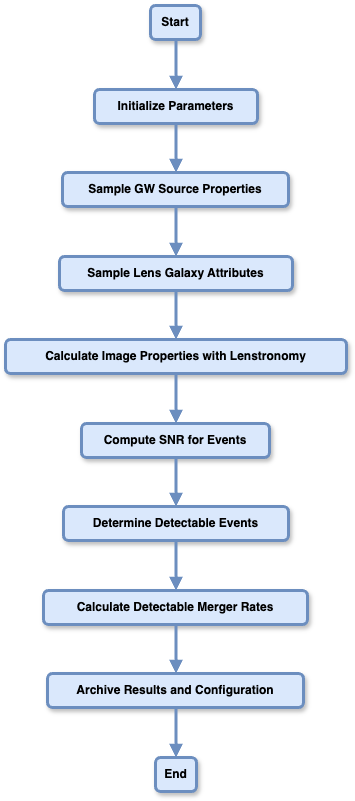
Above: docs/_static/ler_layout.png in hemantaph/ler (draw.io), before the change. Source tidied: cells renumbered, new cells last; positions are measured from the earlier drawing's top-left corner, leaving out a move shared by most shapes.
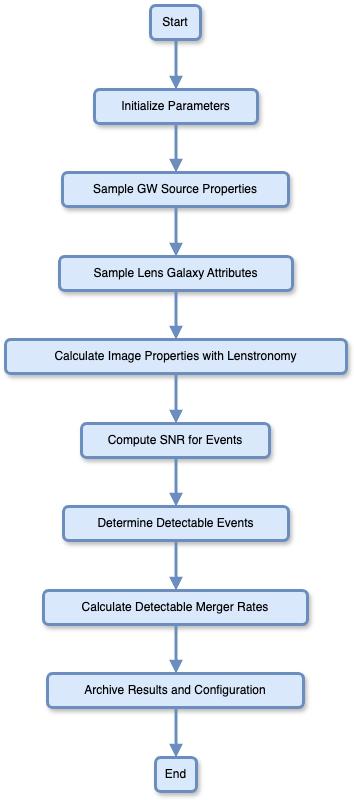
The same file after the commit.

Diff of the diagram source:
```diff
@@ -2,61 +2,61 @@
   <root>
     <mxCell id="0" />
     <mxCell id="1" parent="0" />
-    <mxCell id="2" value="Start" style="whiteSpace=wrap;strokeWidth=3;fillColor=#dae8fc;strokeColor=#6c8ebf;fontStyle=1;verticalAlign=middle;rounded=1;glass=0;shadow=1;" parent="1" vertex="1">
+    <mxCell id="2" value="Start" style="whiteSpace=wrap;strokeWidth=3;fillColor=#dae8fc;strokeColor=#6c8ebf;fontStyle=0;verticalAlign=middle;rounded=1;glass=0;shadow=1;" parent="1" vertex="1">
       <mxGeometry x="145" width="50" height="34" as="geometry" />
     </mxCell>
-    <mxCell id="3" value="Initialize Parameters" style="whiteSpace=wrap;strokeWidth=3;fillColor=#dae8fc;strokeColor=#6c8ebf;fontStyle=1;rounded=1;glass=0;shadow=1;" parent="1" vertex="1">
+    <mxCell id="3" value="Initialize Parameters" style="whiteSpace=wrap;strokeWidth=3;fillColor=#dae8fc;strokeColor=#6c8ebf;fontStyle=0;rounded=1;glass=0;shadow=1;" parent="1" vertex="1">
       <mxGeometry x="89" y="84" width="163" height="34" as="geometry" />
     </mxCell>
-    <mxCell id="4" value="Sample GW Source Properties" style="whiteSpace=wrap;strokeWidth=3;fillColor=#dae8fc;strokeColor=#6c8ebf;fontStyle=1;rounded=1;glass=0;shadow=1;" parent="1" vertex="1">
+    <mxCell id="4" value="Sample GW Source Properties" style="whiteSpace=wrap;strokeWidth=3;fillColor=#dae8fc;strokeColor=#6c8ebf;fontStyle=0;rounded=1;glass=0;shadow=1;" parent="1" vertex="1">
       <mxGeometry x="57" y="167" width="226" height="34" as="geometry" />
     </mxCell>
-    <mxCell id="5" value="Sample Lens Galaxy Attributes" style="whiteSpace=wrap;strokeWidth=3;fillColor=#dae8fc;strokeColor=#6c8ebf;fontStyle=1;rounded=1;glass=0;shadow=1;" parent="1" vertex="1">
+    <mxCell id="5" value="Sample Lens Galaxy Attributes" style="whiteSpace=wrap;strokeWidth=3;fillColor=#dae8fc;strokeColor=#6c8ebf;fontStyle=0;rounded=1;glass=0;shadow=1;" parent="1" vertex="1">
       <mxGeometry x="54" y="251" width="233" height="34" as="geometry" />
     </mxCell>
-    <mxCell id="6" value="Calculate Image Properties with Lenstronomy" style="whiteSpace=wrap;strokeWidth=3;fillColor=#dae8fc;strokeColor=#6c8ebf;fontStyle=1;rounded=1;glass=0;shadow=1;" parent="1" vertex="1">
+    <mxCell id="6" value="Calculate Image Properties with Lenstronomy" style="whiteSpace=wrap;strokeWidth=3;fillColor=#dae8fc;strokeColor=#6c8ebf;fontStyle=0;rounded=1;glass=0;shadow=1;" parent="1" vertex="1">
       <mxGeometry y="334" width="341" height="34" as="geometry" />
     </mxCell>
-    <mxCell id="7" value="Compute SNR for Events" style="whiteSpace=wrap;strokeWidth=3;fillColor=#dae8fc;strokeColor=#6c8ebf;fontStyle=1;rounded=1;glass=0;shadow=1;" parent="1" vertex="1">
+    <mxCell id="7" value="Compute SNR for Events" style="whiteSpace=wrap;strokeWidth=3;fillColor=#dae8fc;strokeColor=#6c8ebf;fontStyle=0;rounded=1;glass=0;shadow=1;" parent="1" vertex="1">
       <mxGeometry x="76" y="418" width="188" height="34" as="geometry" />
     </mxCell>
-    <mxCell id="8" value="Determine Detectable Events" style="whiteSpace=wrap;strokeWidth=3;fillColor=#dae8fc;strokeColor=#6c8ebf;fontStyle=1;rounded=1;glass=0;shadow=1;" parent="1" vertex="1">
+    <mxCell id="8" value="Determine Detectable Events" style="whiteSpace=wrap;strokeWidth=3;fillColor=#dae8fc;strokeColor=#6c8ebf;fontStyle=0;rounded=1;glass=0;shadow=1;" parent="1" vertex="1">
       <mxGeometry x="58" y="501" width="225" height="34" as="geometry" />
     </mxCell>
-    <mxCell id="9" value="Calculate Detectable Merger Rates" style="whiteSpace=wrap;strokeWidth=3;fillColor=#dae8fc;strokeColor=#6c8ebf;fontStyle=1;rounded=1;glass=0;shadow=1;" parent="1" vertex="1">
+    <mxCell id="9" value="Calculate Detectable Merger Rates" style="whiteSpace=wrap;strokeWidth=3;fillColor=#dae8fc;strokeColor=#6c8ebf;fontStyle=0;rounded=1;glass=0;shadow=1;" parent="1" vertex="1">
       <mxGeometry x="38" y="585" width="264" height="34" as="geometry" />
     </mxCell>
-    <mxCell id="10" value="Archive Results and Configuration" style="whiteSpace=wrap;strokeWidth=3;fillColor=#dae8fc;strokeColor=#6c8ebf;fontStyle=1;rounded=1;glass=0;shadow=1;" parent="1" vertex="1">
+    <mxCell id="10" value="Archive Results and Configuration" style="whiteSpace=wrap;strokeWidth=3;fillColor=#dae8fc;strokeColor=#6c8ebf;fontStyle=0;rounded=1;glass=0;shadow=1;" parent="1" vertex="1">
       <mxGeometry x="42" y="668" width="256" height="34" as="geometry" />
     </mxCell>
-    <mxCell id="11" value="End" style="whiteSpace=wrap;strokeWidth=3;fillColor=#dae8fc;strokeColor=#6c8ebf;fontStyle=1;rounded=1;glass=0;shadow=1;" parent="1" vertex="1">
+    <mxCell id="11" value="End" style="whiteSpace=wrap;strokeWidth=3;fillColor=#dae8fc;strokeColor=#6c8ebf;fontStyle=0;rounded=1;glass=0;shadow=1;" parent="1" vertex="1">
       <mxGeometry x="150" y="752" width="41" height="34" as="geometry" />
     </mxCell>
-    <mxCell id="12" style="curved=1;startArrow=none;endArrow=block;exitX=0.509296875;exitY=0.9852941176470589;entryX=0.49978431748466257;entryY=-0.014705882352941176;rounded=0;fillColor=#dae8fc;strokeColor=#6c8ebf;strokeWidth=3;fontStyle=1;" parent="1" edge="1" source="2" target="3">
+    <mxCell id="12" style="curved=1;startArrow=none;endArrow=block;exitX=0.509296875;exitY=0.9852941176470589;entryX=0.49978431748466257;entryY=-0.014705882352941176;rounded=0;fillColor=#dae8fc;strokeColor=#6c8ebf;strokeWidth=3;fontStyle=0;" parent="1" edge="1" source="2" target="3">
       <mxGeometry relative="1" as="geometry" />
     </mxCell>
-    <mxCell id="13" style="curved=1;startArrow=none;endArrow=block;exitX=0.49978431748466257;exitY=0.9705882352941176;entryX=0.5020568307522124;entryY=0;rounded=0;fillColor=#dae8fc;strokeColor=#6c8ebf;strokeWidth=3;fontStyle=1;" parent="1" edge="1" source="3" target="4">
+    <mxCell id="13" style="curved=1;startArrow=none;endArrow=block;exitX=0.49978431748466257;exitY=0.9705882352941176;entryX=0.5020568307522124;entryY=0;rounded=0;fillColor=#dae8fc;strokeColor=#6c8ebf;strokeWidth=3;fontStyle=0;" parent="1" edge="1" source="3" target="4">
       <mxGeometry relative="1" as="geometry" />
     </mxCell>
-    <mxCell id="14" style="curved=1;startArrow=none;endArrow=block;exitX=0.5020568307522124;exitY=0.9852941176470589;entryX=0.49984911480686695;entryY=-0.014705882352941176;rounded=0;fillColor=#dae8fc;strokeColor=#6c8ebf;strokeWidth=3;fontStyle=1;" parent="1" edge="1" source="4" target="5">
+    <mxCell id="14" style="curved=1;startArrow=none;endArrow=block;exitX=0.5020568307522124;exitY=0.9852941176470589;entryX=0.49984911480686695;entryY=-0.014705882352941176;rounded=0;fillColor=#dae8fc;strokeColor=#6c8ebf;strokeWidth=3;fontStyle=0;" parent="1" edge="1" source="4" target="5">
       <mxGeometry relative="1" as="geometry" />
     </mxCell>
-    <mxCell id="15" style="curved=1;startArrow=none;endArrow=block;exitX=0.49984911480686695;exitY=0.9705882352941176;entryX=0.4998969024926686;entryY=0;rounded=0;fillColor=#dae8fc;strokeColor=#6c8ebf;strokeWidth=3;fontStyle=1;" parent="1" edge="1" source="5" target="6">
+    <mxCell id="15" style="curved=1;startArrow=none;endArrow=block;exitX=0.49984911480686695;exitY=0.9705882352941176;entryX=0.4998969024926686;entryY=0;rounded=0;fillColor=#dae8fc;strokeColor=#6c8ebf;strokeWidth=3;fontStyle=0;" parent="1" edge="1" source="5" target="6">
       <mxGeometry relative="1" as="geometry" />
     </mxCell>
-    <mxCell id="16" style="curved=1;startArrow=none;endArrow=block;exitX=0.4998969024926686;exitY=0.9852941176470589;entryX=0.5024725731382979;entryY=-0.014705882352941176;rounded=0;fillColor=#dae8fc;strokeColor=#6c8ebf;strokeWidth=3;fontStyle=1;" parent="1" edge="1" source="6" target="7">
+    <mxCell id="16" style="curved=1;startArrow=none;endArrow=block;exitX=0.4998969024926686;exitY=0.9852941176470589;entryX=0.5024725731382979;entryY=-0.014705882352941176;rounded=0;fillColor=#dae8fc;strokeColor=#6c8ebf;strokeWidth=3;fontStyle=0;" parent="1" edge="1" source="6" target="7">
       <mxGeometry relative="1" as="geometry" />
     </mxCell>
-    <mxCell id="17" style="curved=1;startArrow=none;endArrow=block;exitX=0.5024725731382979;exitY=0.9705882352941176;entryX=0.49984375;entryY=0;rounded=0;fillColor=#dae8fc;strokeColor=#6c8ebf;strokeWidth=3;fontStyle=1;" parent="1" edge="1" source="7" target="8">
+    <mxCell id="17" style="curved=1;startArrow=none;endArrow=block;exitX=0.5024725731382979;exitY=0.9705882352941176;entryX=0.49984375;entryY=0;rounded=0;fillColor=#dae8fc;strokeColor=#6c8ebf;strokeWidth=3;fontStyle=0;" parent="1" edge="1" source="7" target="8">
       <mxGeometry relative="1" as="geometry" />
     </mxCell>
-    <mxCell id="18" style="curved=1;startArrow=none;endArrow=block;exitX=0.49984375;exitY=0.9852941176470589;entryX=0.501760771780303;entryY=-0.014705882352941176;rounded=0;fillColor=#dae8fc;strokeColor=#6c8ebf;strokeWidth=3;fontStyle=1;" parent="1" edge="1" source="8" target="9">
+    <mxCell id="18" style="curved=1;startArrow=none;endArrow=block;exitX=0.49984375;exitY=0.9852941176470589;entryX=0.501760771780303;entryY=-0.014705882352941176;rounded=0;fillColor=#dae8fc;strokeColor=#6c8ebf;strokeWidth=3;fontStyle=0;" parent="1" edge="1" source="8" target="9">
       <mxGeometry relative="1" as="geometry" />
     </mxCell>
-    <mxCell id="19" style="curved=1;startArrow=none;endArrow=block;exitX=0.501760771780303;exitY=0.9705882352941176;entryX=0.5018157958984375;entryY=0;rounded=0;fillColor=#dae8fc;strokeColor=#6c8ebf;strokeWidth=3;fontStyle=1;" parent="1" edge="1" source="9" target="10">
+    <mxCell id="19" style="curved=1;startArrow=none;endArrow=block;exitX=0.501760771780303;exitY=0.9705882352941176;entryX=0.5018157958984375;entryY=0;rounded=0;fillColor=#dae8fc;strokeColor=#6c8ebf;strokeWidth=3;fontStyle=0;" parent="1" edge="1" source="9" target="10">
       <mxGeometry relative="1" as="geometry" />
     </mxCell>
-    <mxCell id="20" style="curved=1;startArrow=none;endArrow=block;exitX=0.5018157958984375;exitY=0.9852941176470589;entryX=0.4991425304878049;entryY=-0.014705882352941176;rounded=0;fillColor=#dae8fc;strokeColor=#6c8ebf;strokeWidth=3;fontStyle=1;" parent="1" edge="1" source="10" target="11">
+    <mxCell id="20" style="curved=1;startArrow=none;endArrow=block;exitX=0.5018157958984375;exitY=0.9852941176470589;entryX=0.4991425304878049;entryY=-0.014705882352941176;rounded=0;fillColor=#dae8fc;strokeColor=#6c8ebf;strokeWidth=3;fontStyle=0;" parent="1" edge="1" source="10" target="11">
       <mxGeometry relative="1" as="geometry" />
     </mxCell>
   </root>
```
